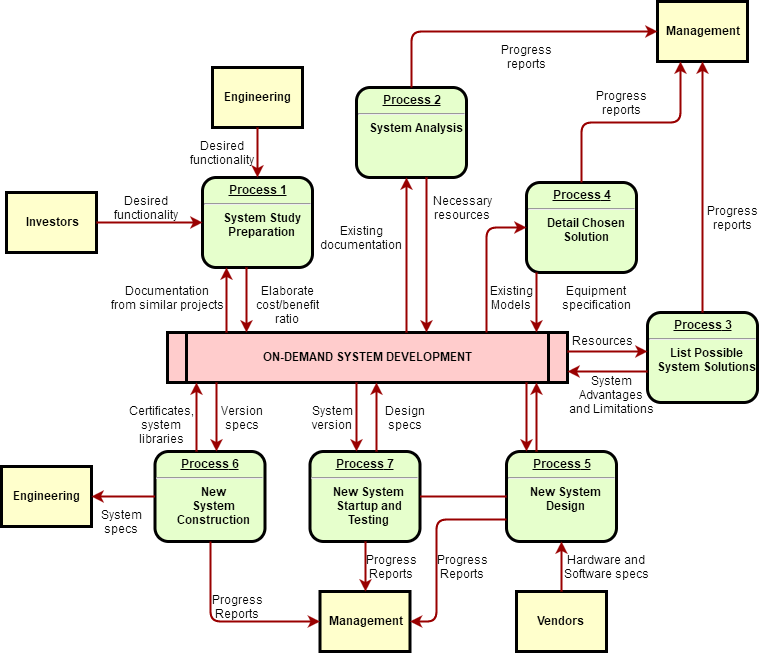
Above: c++.png in stephenlaw30/stephenlaw (draw.io), before the change. Source tidied: cells renumbered, new cells last; positions are measured from the earlier drawing's top-left corner, leaving out a move shared by most shapes.
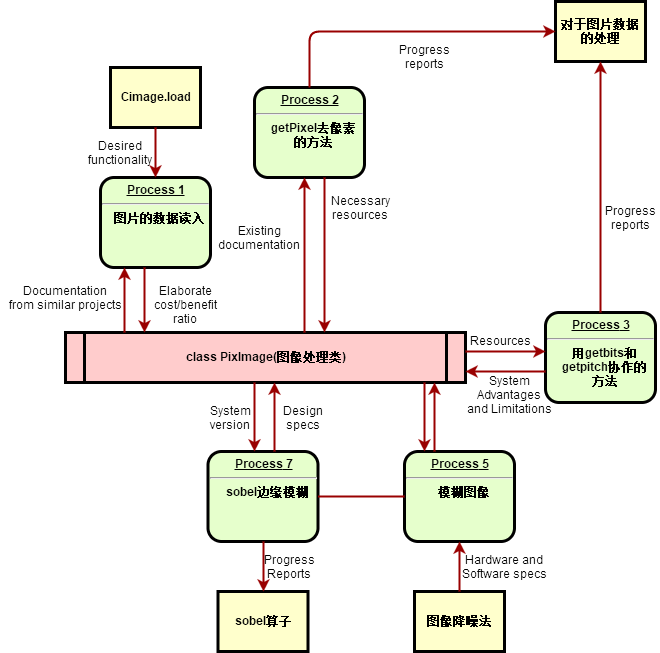
The same file after the commit.

The edit, as a diff of the source:
```diff
@@ -2,60 +2,42 @@
   <root>
     <mxCell id="0" />
     <mxCell id="1" parent="0" />
-    <mxCell id="2" value="&lt;p style=&quot;margin: 0px; margin-top: 4px; text-align: center; text-decoration: underline;&quot;&gt;&lt;strong&gt;Process 1&lt;br /&gt;&lt;/strong&gt;&lt;/p&gt;&lt;hr /&gt;&lt;p style=&quot;margin: 0px; margin-left: 8px;&quot;&gt;System Study&lt;/p&gt;&lt;p style=&quot;margin: 0px; margin-left: 8px;&quot;&gt;Preparation&lt;/p&gt;" style="verticalAlign=middle;align=center;overflow=fill;fontSize=12;fontFamily=Helvetica;html=1;rounded=1;fontStyle=1;strokeWidth=3;fillColor=#E6FFCC;" parent="1" vertex="1">
+    <mxCell id="2" value="&lt;p style=&quot;margin: 0px ; margin-top: 4px ; text-align: center ; text-decoration: underline&quot;&gt;&lt;strong&gt;Process 1&lt;br&gt;&lt;/strong&gt;&lt;/p&gt;&lt;hr&gt;&lt;p style=&quot;margin: 0px ; margin-left: 8px&quot;&gt;图片的数据读入&lt;/p&gt;" style="verticalAlign=middle;align=center;overflow=fill;fontSize=12;fontFamily=Helvetica;html=1;rounded=1;fontStyle=1;strokeWidth=3;fillColor=#E6FFCC;" parent="1" vertex="1">
       <mxGeometry x="201" y="176" width="110" height="90" as="geometry" />
     </mxCell>
-    <mxCell id="3" value="Engineering" style="whiteSpace=wrap;align=center;verticalAlign=middle;fontStyle=1;strokeWidth=3;fillColor=#FFFFCC;" parent="1" vertex="1">
+    <mxCell id="3" value="Cimage.load" style="whiteSpace=wrap;align=center;verticalAlign=middle;fontStyle=1;strokeWidth=3;fillColor=#FFFFCC;" parent="1" vertex="1">
       <mxGeometry x="211" y="66" width="90" height="60" as="geometry" />
     </mxCell>
-    <mxCell id="4" value="Investors" style="whiteSpace=wrap;align=center;verticalAlign=middle;fontStyle=1;strokeWidth=3;fillColor=#FFFFCC;" parent="1" vertex="1">
-      <mxGeometry x="5" y="191" width="90" height="60" as="geometry" />
-    </mxCell>
-    <mxCell id="5" value="ON-DEMAND SYSTEM DEVELOPMENT" style="shape=process;whiteSpace=wrap;align=center;verticalAlign=middle;size=0.0475;fontStyle=1;strokeWidth=3;fillColor=#FFCCCC;" parent="1" vertex="1">
+    <mxCell id="5" value="class PixImage(图像处理类)" style="shape=process;whiteSpace=wrap;align=center;verticalAlign=middle;size=0.0475;fontStyle=1;strokeWidth=3;fillColor=#FFCCCC;" parent="1" vertex="1">
       <mxGeometry x="166" y="331" width="400" height="50" as="geometry" />
     </mxCell>
-    <mxCell id="6" value="&lt;p style=&quot;margin: 0px; margin-top: 4px; text-align: center; text-decoration: underline;&quot;&gt;&lt;strong&gt;Process 2&lt;br /&gt;&lt;/strong&gt;&lt;/p&gt;&lt;hr /&gt;&lt;p style=&quot;margin: 0px; margin-left: 8px;&quot;&gt;System Analysis&lt;/p&gt;" style="verticalAlign=middle;align=center;overflow=fill;fontSize=12;fontFamily=Helvetica;html=1;rounded=1;fontStyle=1;strokeWidth=3;fillColor=#E6FFCC;" parent="1" vertex="1">
+    <mxCell id="6" value="&lt;p style=&quot;margin: 0px ; margin-top: 4px ; text-align: center ; text-decoration: underline&quot;&gt;&lt;strong&gt;Process 2&lt;br&gt;&lt;/strong&gt;&lt;/p&gt;&lt;hr&gt;&lt;p style=&quot;margin: 0px ; margin-left: 8px&quot;&gt;getPixel去像素&lt;/p&gt;&lt;p style=&quot;margin: 0px ; margin-left: 8px&quot;&gt;的方法&lt;/p&gt;" style="verticalAlign=middle;align=center;overflow=fill;fontSize=12;fontFamily=Helvetica;html=1;rounded=1;fontStyle=1;strokeWidth=3;fillColor=#E6FFCC;" parent="1" vertex="1">
       <mxGeometry x="355" y="86" width="110" height="90" as="geometry" />
     </mxCell>
-    <mxCell id="7" value="&lt;p style=&quot;margin: 0px; margin-top: 4px; text-align: center; text-decoration: underline;&quot;&gt;&lt;strong&gt;&lt;strong&gt;Process&lt;/strong&gt; 3&lt;br /&gt;&lt;/strong&gt;&lt;/p&gt;&lt;hr /&gt;&lt;p style=&quot;margin: 0px; margin-left: 8px;&quot;&gt;List Possible&lt;/p&gt;&lt;p style=&quot;margin: 0px; margin-left: 8px;&quot;&gt;System Solutions&lt;/p&gt;" style="verticalAlign=middle;align=center;overflow=fill;fontSize=12;fontFamily=Helvetica;html=1;rounded=1;fontStyle=1;strokeWidth=3;fillColor=#E6FFCC;" parent="1" vertex="1">
+    <mxCell id="7" value="&lt;p style=&quot;margin: 0px ; margin-top: 4px ; text-align: center ; text-decoration: underline&quot;&gt;&lt;strong&gt;&lt;strong&gt;Process&lt;/strong&gt; 3&lt;br&gt;&lt;/strong&gt;&lt;/p&gt;&lt;hr&gt;&lt;p style=&quot;margin: 0px ; margin-left: 8px&quot;&gt;用getbits和&lt;/p&gt;&lt;p style=&quot;margin: 0px ; margin-left: 8px&quot;&gt;getpitch协作的&lt;/p&gt;&lt;p style=&quot;margin: 0px ; margin-left: 8px&quot;&gt;方法&lt;/p&gt;" style="verticalAlign=middle;align=center;overflow=fill;fontSize=12;fontFamily=Helvetica;html=1;rounded=1;fontStyle=1;strokeWidth=3;fillColor=#E6FFCC;" parent="1" vertex="1">
       <mxGeometry x="646" y="311" width="110" height="90" as="geometry" />
     </mxCell>
-    <mxCell id="8" value="&lt;p style=&quot;margin: 0px; margin-top: 4px; text-align: center; text-decoration: underline;&quot;&gt;&lt;strong&gt;&lt;strong&gt;Process&lt;/strong&gt; 4&lt;br /&gt;&lt;/strong&gt;&lt;/p&gt;&lt;hr /&gt;&lt;p style=&quot;margin: 0px; margin-left: 8px;&quot;&gt;Detail Chosen&lt;/p&gt;&lt;p style=&quot;margin: 0px; margin-left: 8px;&quot;&gt;Solution&lt;/p&gt;" style="verticalAlign=middle;align=center;overflow=fill;fontSize=12;fontFamily=Helvetica;html=1;rounded=1;fontStyle=1;strokeWidth=3;fillColor=#E6FFCC;" parent="1" vertex="1">
-      <mxGeometry x="525" y="181" width="110" height="90" as="geometry" />
-    </mxCell>
-    <mxCell id="9" value="&lt;p style=&quot;margin: 0px; margin-top: 4px; text-align: center; text-decoration: underline;&quot;&gt;&lt;strong&gt;&lt;strong&gt;Process&lt;/strong&gt; 5&lt;br /&gt;&lt;/strong&gt;&lt;/p&gt;&lt;hr /&gt;&lt;p style=&quot;margin: 0px; margin-left: 8px;&quot;&gt;New System&lt;/p&gt;&lt;p style=&quot;margin: 0px; margin-left: 8px;&quot;&gt;Design&lt;/p&gt;" style="verticalAlign=middle;align=center;overflow=fill;fontSize=12;fontFamily=Helvetica;html=1;rounded=1;fontStyle=1;strokeWidth=3;fillColor=#E6FFCC;" parent="1" vertex="1">
+    <mxCell id="9" value="&lt;p style=&quot;margin: 0px ; margin-top: 4px ; text-align: center ; text-decoration: underline&quot;&gt;&lt;strong&gt;&lt;strong&gt;Process&lt;/strong&gt; 5&lt;br&gt;&lt;/strong&gt;&lt;/p&gt;&lt;hr&gt;&lt;p style=&quot;margin: 0px ; margin-left: 8px&quot;&gt;模糊图像&lt;/p&gt;" style="verticalAlign=middle;align=center;overflow=fill;fontSize=12;fontFamily=Helvetica;html=1;rounded=1;fontStyle=1;strokeWidth=3;fillColor=#E6FFCC;" parent="1" vertex="1">
       <mxGeometry x="505" y="450" width="110" height="90" as="geometry" />
     </mxCell>
-    <mxCell id="10" value="&lt;p style=&quot;margin: 0px; margin-top: 4px; text-align: center; text-decoration: underline;&quot;&gt;&lt;strong&gt;&lt;strong&gt;Process&lt;/strong&gt; 6&lt;br /&gt;&lt;/strong&gt;&lt;/p&gt;&lt;hr /&gt;&lt;p style=&quot;margin: 0px; margin-left: 8px;&quot;&gt;New&lt;/p&gt;&lt;p style=&quot;margin: 0px; margin-left: 8px;&quot;&gt;System&lt;/p&gt;&lt;p style=&quot;margin: 0px; margin-left: 8px;&quot;&gt;Construction&lt;/p&gt;" style="verticalAlign=middle;align=center;overflow=fill;fontSize=12;fontFamily=Helvetica;html=1;rounded=1;fontStyle=1;strokeWidth=3;fillColor=#E6FFCC;" parent="1" vertex="1">
-      <mxGeometry x="153.5" y="450" width="110" height="90" as="geometry" />
-    </mxCell>
-    <mxCell id="11" value="Management" style="whiteSpace=wrap;align=center;verticalAlign=middle;fontStyle=1;strokeWidth=3;fillColor=#FFFFCC;" parent="1" vertex="1">
+    <mxCell id="11" value="对于图片数据的处理" style="whiteSpace=wrap;align=center;verticalAlign=middle;fontStyle=1;strokeWidth=3;fillColor=#FFFFCC;" parent="1" vertex="1">
       <mxGeometry x="656" width="90" height="60" as="geometry" />
     </mxCell>
-    <mxCell id="12" value="Management" style="whiteSpace=wrap;align=center;verticalAlign=middle;fontStyle=1;strokeWidth=3;fillColor=#FFFFCC;" parent="1" vertex="1">
+    <mxCell id="12" value="sobel算子" style="whiteSpace=wrap;align=center;verticalAlign=middle;fontStyle=1;strokeWidth=3;fillColor=#FFFFCC;" parent="1" vertex="1">
       <mxGeometry x="318.5" y="590" width="90" height="60" as="geometry" />
     </mxCell>
-    <mxCell id="13" value="Engineering" style="whiteSpace=wrap;align=center;verticalAlign=middle;fontStyle=1;strokeWidth=3;fillColor=#FFFFCC;" parent="1" vertex="1">
-      <mxGeometry y="465" width="90" height="60" as="geometry" />
-    </mxCell>
-    <mxCell id="14" value="Vendors" style="whiteSpace=wrap;align=center;verticalAlign=middle;fontStyle=1;strokeWidth=3;fillColor=#FFFFCC;" parent="1" vertex="1">
+    <mxCell id="14" value="图像降噪法" style="whiteSpace=wrap;align=center;verticalAlign=middle;fontStyle=1;strokeWidth=3;fillColor=#FFFFCC;" parent="1" vertex="1">
       <mxGeometry x="515" y="590" width="90" height="60" as="geometry" />
     </mxCell>
     <mxCell id="15" style="edgeStyle=none;noEdgeStyle=1;strokeColor=#990000;strokeWidth=2;" parent="1" edge="1" source="3" target="2">
       <mxGeometry relative="1" as="geometry" />
     </mxCell>
-    <mxCell id="16" style="edgeStyle=none;noEdgeStyle=1;strokeColor=#990000;strokeWidth=2;" parent="1" edge="1" source="4" target="2">
-      <mxGeometry relative="1" as="geometry" />
-    </mxCell>
-    <mxCell id="17" value="&lt;p style=&quot;margin: 0px; margin-top: 4px; text-align: center; text-decoration: underline;&quot;&gt;&lt;strong&gt;&lt;strong&gt;Process&lt;/strong&gt; 7&lt;br /&gt;&lt;/strong&gt;&lt;/p&gt;&lt;hr /&gt;&lt;p style=&quot;margin: 0px; margin-left: 8px;&quot;&gt;New System&lt;/p&gt;&lt;p style=&quot;margin: 0px; margin-left: 8px;&quot;&gt;Startup and&lt;/p&gt;&lt;p style=&quot;margin: 0px; margin-left: 8px;&quot;&gt;Testing&lt;/p&gt;" style="verticalAlign=middle;align=center;overflow=fill;fontSize=12;fontFamily=Helvetica;html=1;rounded=1;fontStyle=1;strokeWidth=3;fillColor=#E6FFCC;" parent="1" vertex="1">
+    <mxCell id="17" value="&lt;p style=&quot;margin: 0px ; margin-top: 4px ; text-align: center ; text-decoration: underline&quot;&gt;&lt;strong&gt;&lt;strong&gt;Process&lt;/strong&gt; 7&lt;br&gt;&lt;/strong&gt;&lt;/p&gt;&lt;hr&gt;&lt;p style=&quot;margin: 0px ; margin-left: 8px&quot;&gt;sobel边缘模糊&lt;/p&gt;" style="verticalAlign=middle;align=center;overflow=fill;fontSize=12;fontFamily=Helvetica;html=1;rounded=1;fontStyle=1;strokeWidth=3;fillColor=#E6FFCC;" parent="1" vertex="1">
       <mxGeometry x="308.5" y="450" width="110" height="90" as="geometry" />
     </mxCell>
     <mxCell id="18" style="endArrow=none;noEdgeStyle=1;strokeColor=#990000;strokeWidth=2;" parent="1" edge="1" source="9" target="17">
       <mxGeometry relative="1" as="geometry" />
     </mxCell>
-    <mxCell id="19" value="Desired &#10;functionality" style="text;spacingTop=-5;align=center;" parent="1" vertex="1">
-      <mxGeometry x="130" y="191" width="30" height="20" as="geometry" />
-    </mxCell>
     <mxCell id="20" value="Desired &#10;functionality" style="text;spacingTop=-5;align=center;" parent="1" vertex="1">
       <mxGeometry x="206" y="136" width="30" height="20" as="geometry" />
     </mxCell>
@@ -102,9 +84,6 @@
     <mxCell id="29" value="Progress&#10;reports" style="text;spacingTop=-5;align=center;" parent="1" vertex="1">
       <mxGeometry x="510" y="40" width="30" height="20" as="geometry" />
     </mxCell>
-    <mxCell id="30" value="Progress&#10;reports" style="text;spacingTop=-5;align=center;" parent="1" vertex="1">
-      <mxGeometry x="605" y="86" width="30" height="20" as="geometry" />
-    </mxCell>
     <mxCell id="31" value="Progress&#10;reports" style="text;spacingTop=-5;align=center;" parent="1" vertex="1">
       <mxGeometry x="716" y="201" width="30" height="20" as="geometry" />
     </mxCell>
@@ -115,32 +94,9 @@
         </Array>
       </mxGeometry>
     </mxCell>
-    <mxCell id="33" style="edgeStyle=elbowEdgeStyle;elbow=vertical;entryX=0.25;entryY=1;strokeColor=#990000;strokeWidth=2;" parent="1" edge="1" source="8" target="11">
-      <mxGeometry relative="1" as="geometry" />
-    </mxCell>
     <mxCell id="34" style="edgeStyle=elbowEdgeStyle;elbow=horizontal;strokeColor=#990000;strokeWidth=2;" parent="1" edge="1" source="7" target="11">
       <mxGeometry relative="1" as="geometry" />
     </mxCell>
-    <mxCell id="35" style="edgeStyle=elbowEdgeStyle;elbow=horizontal;strokeColor=#990000;strokeWidth=2;" parent="1" edge="1" source="8" target="5">
-      <mxGeometry relative="1" as="geometry">
-        <Array as="points">
-          <mxPoint x="535" y="300" />
-        </Array>
-      </mxGeometry>
-    </mxCell>
-    <mxCell id="36" style="edgeStyle=segmentEdgeStyle;strokeColor=#990000;strokeWidth=2;" parent="1" edge="1" source="5" target="8">
-      <mxGeometry relative="1" as="geometry">
-        <Array as="points">
-          <mxPoint x="485" y="226" />
-        </Array>
-      </mxGeometry>
-    </mxCell>
-    <mxCell id="37" value="Existing&#10;Models" style="text;spacingTop=-5;align=center;" parent="1" vertex="1">
-      <mxGeometry x="495" y="281" width="30" height="20" as="geometry" />
-    </mxCell>
-    <mxCell id="38" value="Equipment&#10;specification" style="text;spacingTop=-5;align=center;" parent="1" vertex="1">
-      <mxGeometry x="580" y="281" width="30" height="20" as="geometry" />
-    </mxCell>
     <mxCell id="39" style="edgeStyle=elbowEdgeStyle;elbow=vertical;strokeColor=#990000;strokeWidth=2;" parent="1" edge="1" source="5" target="7">
       <mxGeometry relative="1" as="geometry">
         <Array as="points">
@@ -181,35 +137,12 @@
     <mxCell id="46" value="Hardware and&#10;Software specs" style="text;spacingTop=-5;align=center;" parent="1" vertex="1">
       <mxGeometry x="590" y="550" width="30" height="20" as="geometry" />
     </mxCell>
-    <mxCell id="47" style="edgeStyle=elbowEdgeStyle;elbow=horizontal;exitX=0;exitY=0.75;strokeColor=#990000;strokeWidth=2;" parent="1" edge="1" source="9" target="12">
-      <mxGeometry relative="1" as="geometry">
-        <Array as="points">
-          <mxPoint x="435" y="570" />
-        </Array>
-      </mxGeometry>
-    </mxCell>
-    <mxCell id="48" value="Progress&#10;Reports" style="text;spacingTop=-5;align=center;" parent="1" vertex="1">
-      <mxGeometry x="446" y="550" width="30" height="20" as="geometry" />
-    </mxCell>
     <mxCell id="49" style="edgeStyle=elbowEdgeStyle;elbow=horizontal;strokeColor=#990000;strokeWidth=2;" parent="1" edge="1" source="17" target="12">
       <mxGeometry relative="1" as="geometry" />
     </mxCell>
     <mxCell id="50" value="Progress&#10;Reports" style="text;spacingTop=-5;align=center;" parent="1" vertex="1">
       <mxGeometry x="375" y="550" width="30" height="20" as="geometry" />
     </mxCell>
-    <mxCell id="51" style="edgeStyle=elbowEdgeStyle;elbow=horizontal;strokeColor=#990000;strokeWidth=2;" parent="1" edge="1" source="10" target="12">
-      <mxGeometry relative="1" as="geometry">
-        <Array as="points">
-          <mxPoint x="209" y="570" />
-        </Array>
-      </mxGeometry>
-    </mxCell>
-    <mxCell id="52" value="Progress&#10;Reports" style="text;spacingTop=-5;align=center;" parent="1" vertex="1">
-      <mxGeometry x="221" y="590" width="30" height="20" as="geometry" />
-    </mxCell>
-    <mxCell id="53" style="edgeStyle=elbowEdgeStyle;elbow=vertical;strokeColor=#990000;strokeWidth=2;" parent="1" edge="1" source="10" target="13">
-      <mxGeometry relative="1" as="geometry" />
-    </mxCell>
     <mxCell id="54" style="edgeStyle=elbowEdgeStyle;elbow=horizontal;strokeColor=#990000;strokeWidth=2;" parent="1" edge="1" source="5" target="17">
       <mxGeometry relative="1" as="geometry">
         <Array as="points">
@@ -224,29 +157,6 @@
         </Array>
       </mxGeometry>
     </mxCell>
-    <mxCell id="56" value="Version&#10;specs" style="text;spacingTop=-5;align=center;" parent="1" vertex="1">
-      <mxGeometry x="226" y="401" width="30" height="20" as="geometry" />
-    </mxCell>
-    <mxCell id="57" value="Certificates,&#10;system&#10;libraries" style="text;spacingTop=-5;align=center;" parent="1" vertex="1">
-      <mxGeometry x="145" y="401" width="30" height="20" as="geometry" />
-    </mxCell>
-    <mxCell id="58" style="edgeStyle=elbowEdgeStyle;elbow=horizontal;strokeColor=#990000;strokeWidth=2;" parent="1" edge="1" source="5" target="10">
-      <mxGeometry relative="1" as="geometry">
-        <Array as="points">
-          <mxPoint x="215" y="410" />
-        </Array>
-      </mxGeometry>
-    </mxCell>
-    <mxCell id="59" style="edgeStyle=elbowEdgeStyle;elbow=horizontal;strokeColor=#990000;strokeWidth=2;" parent="1" edge="1" source="10" target="5">
-      <mxGeometry relative="1" as="geometry">
-        <Array as="points">
-          <mxPoint x="195" y="410" />
-        </Array>
-      </mxGeometry>
-    </mxCell>
-    <mxCell id="60" value="System&#10;specs" style="text;spacingTop=-5;align=center;" parent="1" vertex="1">
-      <mxGeometry x="105" y="505" width="30" height="20" as="geometry" />
-    </mxCell>
     <mxCell id="61" value="Design&#10;specs" style="text;spacingTop=-5;align=center;" parent="1" vertex="1">
       <mxGeometry x="388.5" y="401" width="30" height="20" as="geometry" />
     </mxCell>
```
